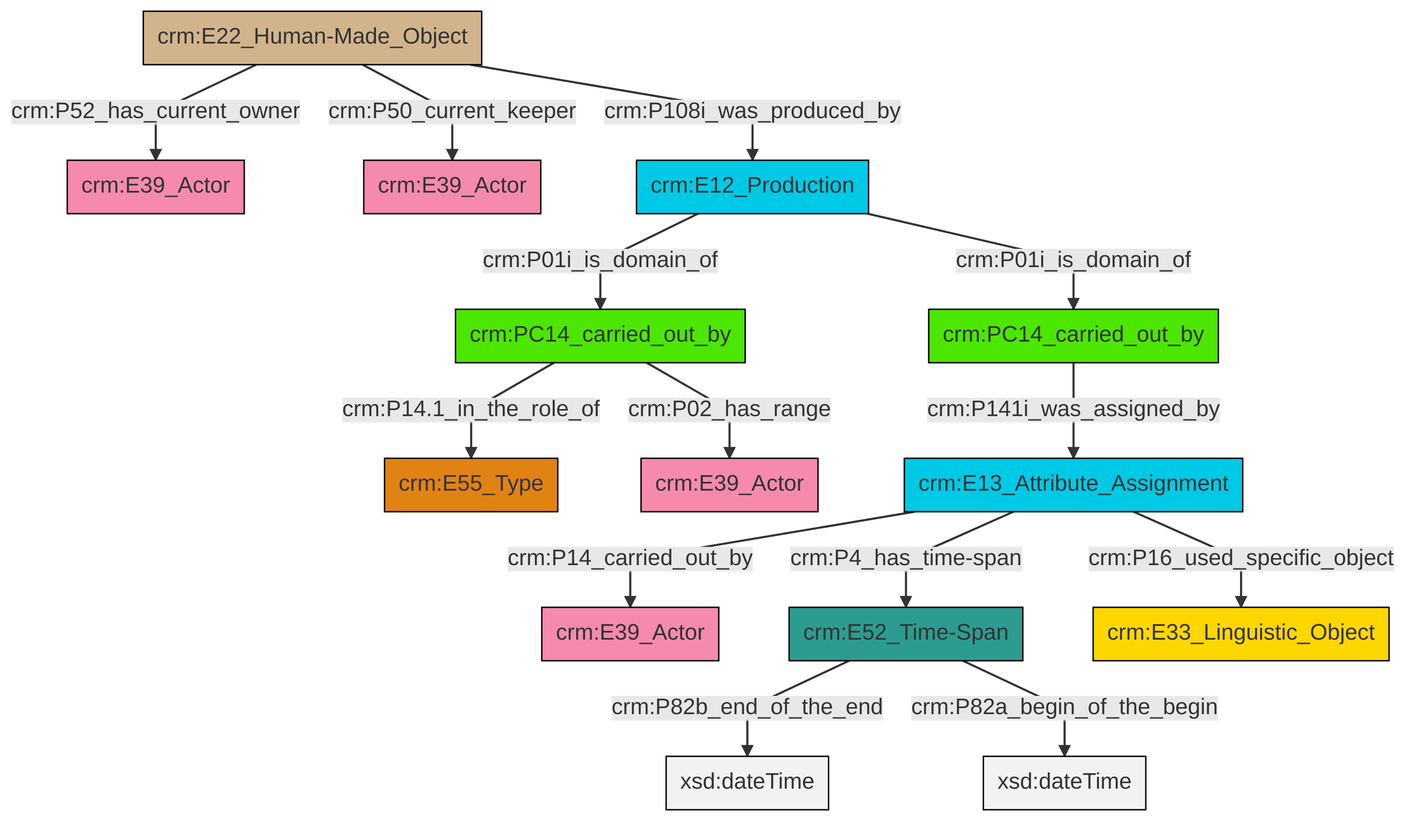
Earlier version of the Mermaid export et/carrierCSV/ttl/mmd/png/carrier_relations.png (swiss-art-research-net/docs.swissartresearch). Its source is kept beside it as et/carrierCSV/ttl/mmd/carrier_relations.ttl.mmd.
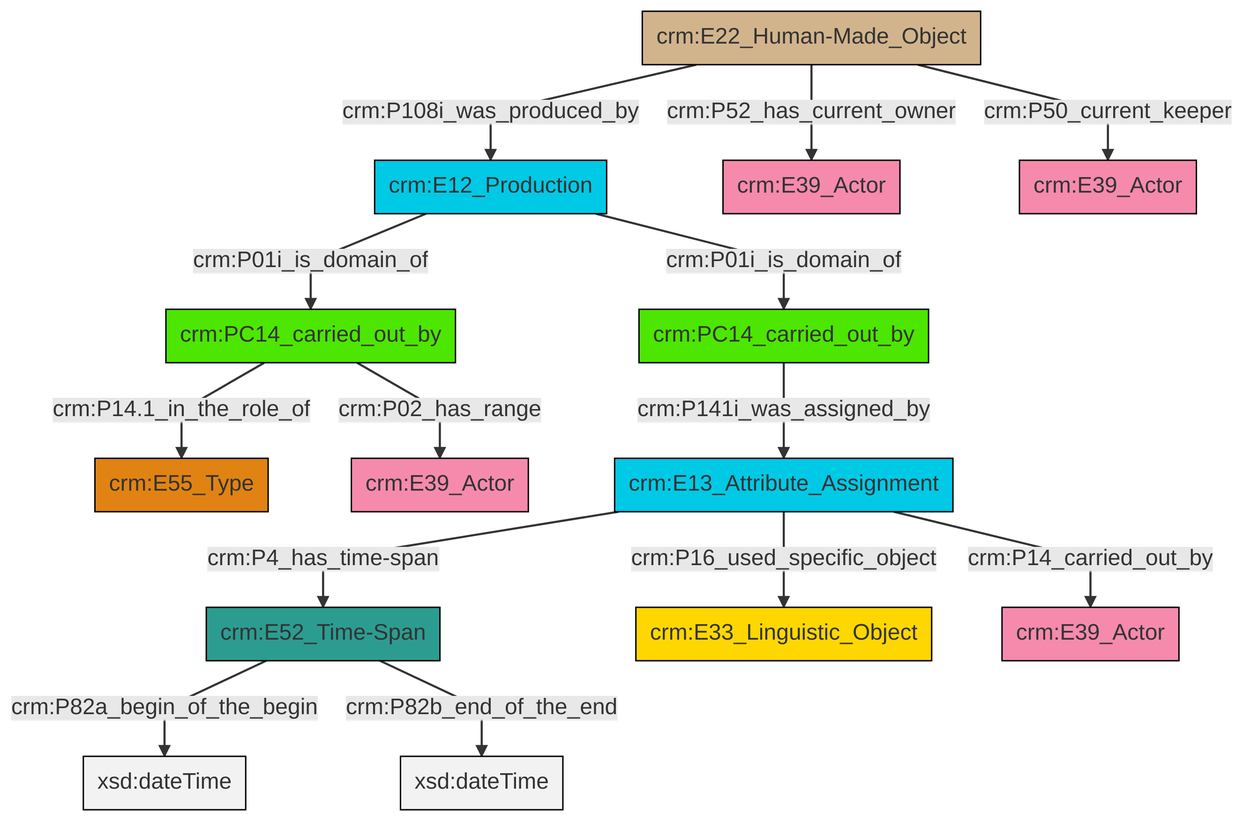
Above is the later version.

What changed in the source:
```diff
@@ -13,16 +13,16 @@
 classDef PC_Classes fill:#4ce600, stroke:#000000;
 classDef Multi fill:#cccccc,stroke:#000000;
 
-0["crm:PC14_carried_out_by"]:::PC_Classes -->|crm:P14.1_in_the_role_of| 1["crm:E55_Type"]:::Type
-4["crm:E22_Human-Made_Object"]:::Physical_Thing -->|crm:P52_has_current_owner| 5["crm:E39_Actor"]:::Actor
-0["crm:PC14_carried_out_by"]:::PC_Classes -->|crm:P02_has_range| 10["crm:E39_Actor"]:::Actor
+2["crm:PC14_carried_out_by"]:::PC_Classes -->|crm:P14.1_in_the_role_of| 3["crm:E55_Type"]:::Type
+4["crm:E13_Attribute_Assignment"]:::Temporal_Entity -->|crm:P4_has_time-span| 5["crm:E52_Time-Span"]:::Time-Span
+5["crm:E52_Time-Span"]:::Time-Span -->|crm:P82a_begin_of_the_begin| 10[xsd:dateTime]:::Literal
 11["crm:E12_Production"]:::Temporal_Entity -->|crm:P01i_is_domain_of| 2["crm:PC14_carried_out_by"]:::PC_Classes
-12["crm:E13_Attribute_Assignment"]:::Temporal_Entity -->|crm:P14_carried_out_by| 13["crm:E39_Actor"]:::Actor
-11["crm:E12_Production"]:::Temporal_Entity -->|crm:P01i_is_domain_of| 0["crm:PC14_carried_out_by"]:::PC_Classes
-2["crm:PC14_carried_out_by"]:::PC_Classes -->|crm:P141i_was_assigned_by| 12["crm:E13_Attribute_Assignment"]:::Temporal_Entity
-14["crm:E52_Time-Span"]:::Time-Span -->|crm:P82b_end_of_the_end| 15[xsd:dateTime]:::Literal
-12["crm:E13_Attribute_Assignment"]:::Temporal_Entity -->|crm:P16_used_specific_object| 16["crm:E33_Linguistic_Object"]:::Conceptual_Object
-4["crm:E22_Human-Made_Object"]:::Physical_Thing -->|crm:P108i_was_produced_by| 11["crm:E12_Production"]:::Temporal_Entity
-4["crm:E22_Human-Made_Object"]:::Physical_Thing -->|crm:P50_current_keeper| 6["crm:E39_Actor"]:::Actor
-12["crm:E13_Attribute_Assignment"]:::Temporal_Entity -->|crm:P4_has_time-span| 14["crm:E52_Time-Span"]:::Time-Span
-14["crm:E52_Time-Span"]:::Time-Span -->|crm:P82a_begin_of_the_begin| 22[xsd:dateTime]:::Literal
+5["crm:E52_Time-Span"]:::Time-Span -->|crm:P82b_end_of_the_end| 14[xsd:dateTime]:::Literal
+15["crm:PC14_carried_out_by"]:::PC_Classes -->|crm:P141i_was_assigned_by| 4["crm:E13_Attribute_Assignment"]:::Temporal_Entity
+4["crm:E13_Attribute_Assignment"]:::Temporal_Entity -->|crm:P16_used_specific_object| 22["crm:E33_Linguistic_Object"]:::Conceptual_Object
+8["crm:E22_Human-Made_Object"]:::Physical_Thing -->|crm:P108i_was_produced_by| 11["crm:E12_Production"]:::Temporal_Entity
+8["crm:E22_Human-Made_Object"]:::Physical_Thing -->|crm:P52_has_current_owner| 0["crm:E39_Actor"]:::Actor
+4["crm:E13_Attribute_Assignment"]:::Temporal_Entity -->|crm:P14_carried_out_by| 6["crm:E39_Actor"]:::Actor
+8["crm:E22_Human-Made_Object"]:::Physical_Thing -->|crm:P50_current_keeper| 18["crm:E39_Actor"]:::Actor
+11["crm:E12_Production"]:::Temporal_Entity -->|crm:P01i_is_domain_of| 15["crm:PC14_carried_out_by"]:::PC_Classes
+2["crm:PC14_carried_out_by"]:::PC_Classes -->|crm:P02_has_range| 12["crm:E39_Actor"]:::Actor
```
